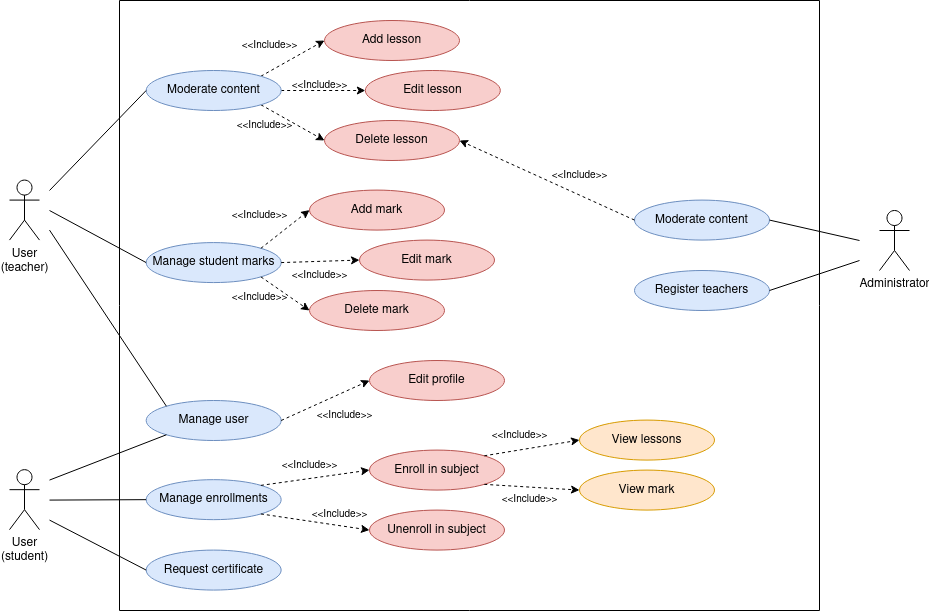
The draw.io diagram diagrams/use-case.png in Chugani05-JesusLugo2002/LuminoDocs, before a commit. Source tidied: cells renumbered, new cells last; positions are measured from the earlier drawing's top-left corner, leaving out a move shared by most shapes.
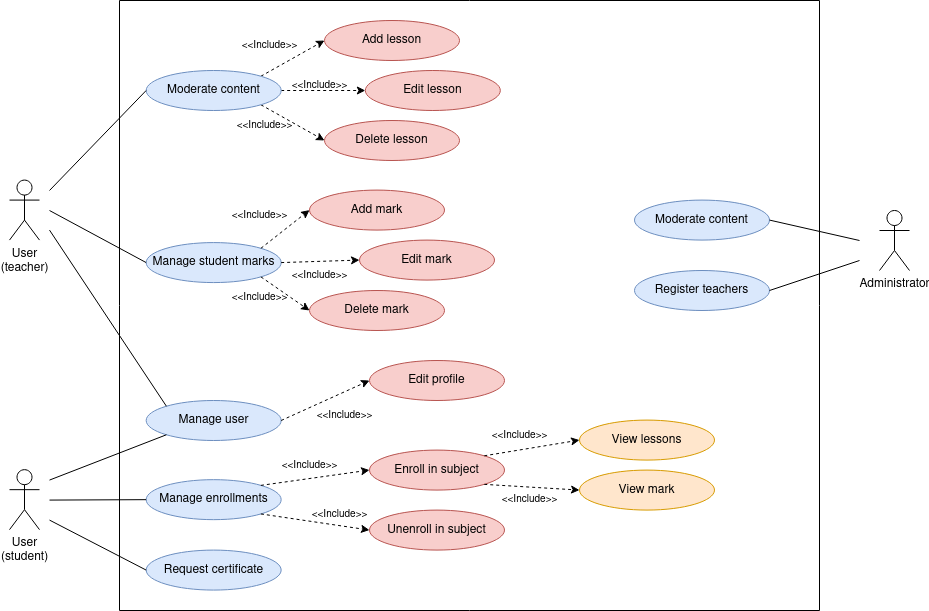
The same diagram one commit later.

Diff of the diagram source:
```diff
@@ -49,9 +49,6 @@
     <mxCell id="15" value="Register teachers" style="ellipse;whiteSpace=wrap;html=1;fillColor=#dae8fc;strokeColor=#6c8ebf;" parent="2" vertex="1">
       <mxGeometry x="515" y="270" width="135" height="40" as="geometry" />
     </mxCell>
-    <mxCell id="16" style="endArrow=classic;dashed=1;html=1;rounded=0;entryX=1;entryY=0.5;entryDx=0;entryDy=0;endFill=1;exitX=0;exitY=0.5;exitDx=0;exitDy=0;" parent="2" edge="1" source="4" target="5">
-      <mxGeometry relative="1" as="geometry" />
-    </mxCell>
     <mxCell id="17" style="endArrow=none;html=1;rounded=0;exitX=1;exitY=0.5;exitDx=0;exitDy=0;" parent="2" edge="1" source="4">
       <mxGeometry relative="1" as="geometry">
         <mxPoint x="740" y="240" as="targetPoint" />
@@ -186,9 +183,6 @@
         <mxPoint x="740" y="260" as="targetPoint" />
       </mxGeometry>
     </mxCell>
-    <mxCell id="56" value="&lt;font style=&quot;font-size: 10px;&quot;&gt;&amp;lt;&amp;lt;Include&amp;gt;&amp;gt;&lt;/font&gt;" style="text;html=1;align=center;verticalAlign=middle;strokeColor=none;fillColor=none;" parent="2" vertex="1">
-      <mxGeometry x="420" y="159.6" width="80" height="30" as="geometry" />
-    </mxCell>
     <mxCell id="57" value="Administrator" style="shape=umlActor;verticalLabelPosition=bottom;verticalAlign=top;html=1;" parent="1" vertex="1">
       <mxGeometry x="870" y="210" width="30" height="60" as="geometry" />
     </mxCell>
```
